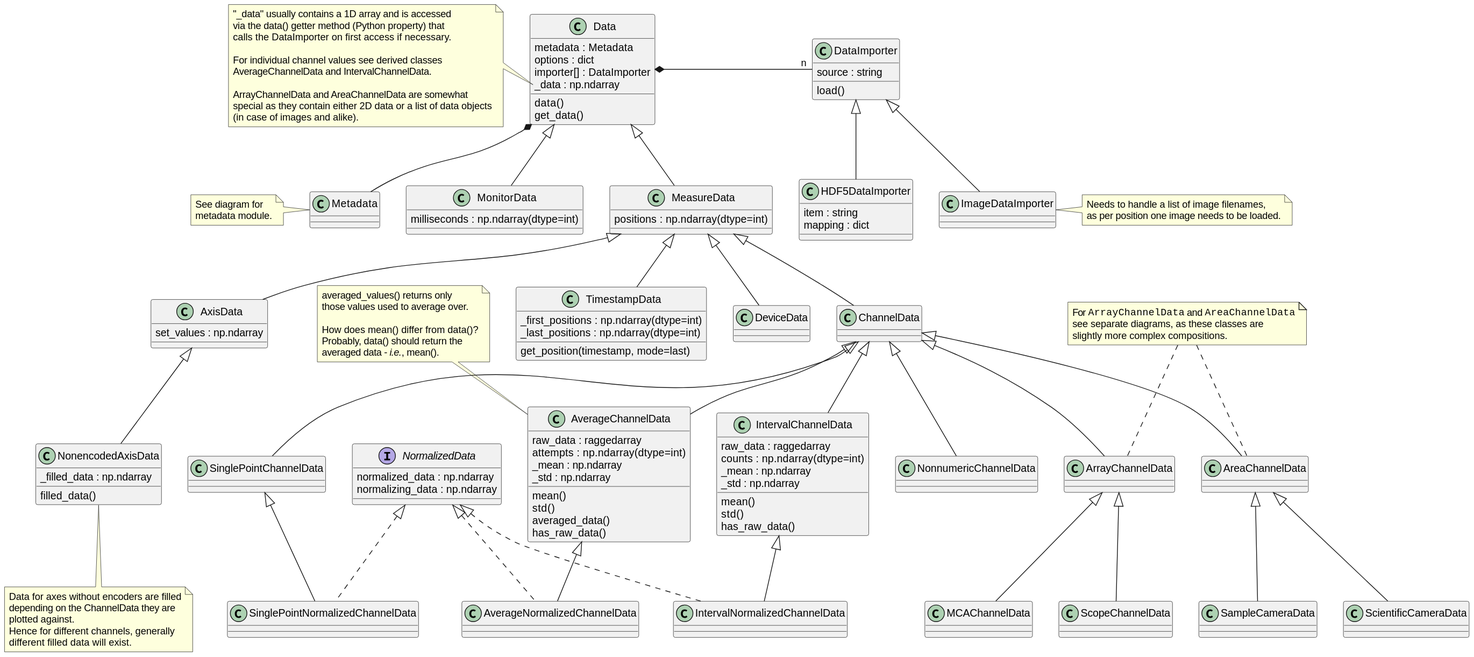
This is docs/uml/evedata.evefile.entities.data.svg from tillbiskup/evedata, a PlantUML export, as it was before one commit. Source of this version:
```plantuml
@startuml

class Data {
    metadata : Metadata
    options : dict
    importer[] : DataImporter
    _data : np.ndarray
    data()
    get_data()
}
note left of Data::_data
    "_data" usually contains a 1D array and is accessed
    via the data() getter method (Python property) that
    calls the DataImporter on first access if necessary.

    For individual channel values see derived classes
    AverageChannelData and IntervalChannelData.

    ArrayChannelData and AreaChannelData are somewhat
    special as they contain either 2D data or a list of data objects
    (in case of images and alike).
end note

class DataImporter {
    source : string
    load()
}

class HDF5DataImporter extends DataImporter {
    item : string
    mapping : dict
}

class ImageDataImporter extends DataImporter

note right of ImageDataImporter
    Needs to handle a list of image filenames,
    as per position one image needs to be loaded.
end note

HDF5DataImporter -[hidden]> ImageDataImporter

class Metadata {
}
note left: See diagram for\nmetadata module.

Data *- "n" DataImporter
Data *-- Metadata

class MeasureData extends Data {
    {field} positions : np.ndarray(dtype=int)
}

class MonitorData extends Data {
    {field} milliseconds : np.ndarray(dtype=int)
}

Metadata -[hidden]> MonitorData
MonitorData -[hidden]> MeasureData

class DeviceData extends MeasureData

class AxisData extends MeasureData {
    set_values : np.ndarray
}

class NonencodedAxisData extends AxisData {
    _filled_data : np.ndarray
    filled_data()
}
note bottom of NonencodedAxisData
    Data for axes without encoders are filled
    depending on the ChannelData they are
    plotted against.
    Hence for different channels, generally
    different filled data will exist.
endnote

class ChannelData extends MeasureData {
}

class TimestampData extends MeasureData {
    {field} _first_positions : np.ndarray(dtype=int)
    {field} _last_positions : np.ndarray(dtype=int)
    get_position(timestamp, mode=last)
}

class NonnumericChannelData extends ChannelData {}

NonnumericChannelData -[hidden]> SinglePointChannelData
SinglePointChannelData -[hidden]> AverageChannelData
AverageChannelData -[hidden]> IntervalChannelData
IntervalChannelData -[hidden]> ArrayChannelData
ArrayChannelData -[hidden]> AreaChannelData

class SinglePointChannelData extends ChannelData {}

interface NormalizedData {
    normalized_data : np.ndarray
    normalizing_data : np.ndarray
}

class SinglePointNormalizedChannelData extends SinglePointChannelData implements NormalizedData {
}

class AverageChannelData extends ChannelData {
    raw_data : raggedarray
    {field} attempts : np.ndarray(dtype=int)
    _mean : np.ndarray
    _std : np.ndarray
    mean()
    std()
    averaged_data()
    has_raw_data()
}
note top of AverageChannelData
    averaged_values() returns only
    those values used to average over.

    How does mean() differ from data()?
    Probably, data() should return the
    averaged data - <i>i.e.</i>, mean().
end note

class AverageNormalizedChannelData extends AverageChannelData implements NormalizedData {
}


class IntervalChannelData extends ChannelData {
    raw_data : raggedarray
    {field} counts : np.ndarray(dtype=int)
    _mean : np.ndarray
    _std : np.ndarray
    mean()
    std()
    has_raw_data()
}

class IntervalNormalizedChannelData extends IntervalChannelData implements NormalizedData {
}

class ArrayChannelData extends ChannelData {
}

class MCAChannelData extends ArrayChannelData

class ScopeChannelData extends ArrayChannelData

class AreaChannelData extends ChannelData {
}

class SampleCameraData extends AreaChannelData

class ScientificCameraData extends AreaChannelData

note as array_area_channels_note
    For ""ArrayChannelData"" and ""AreaChannelData""
    see separate diagrams, as these classes are
    slightly more complex compositions.
end note

AreaChannelData .up. array_area_channels_note
ArrayChannelData .up. array_area_channels_note
@enduml
```
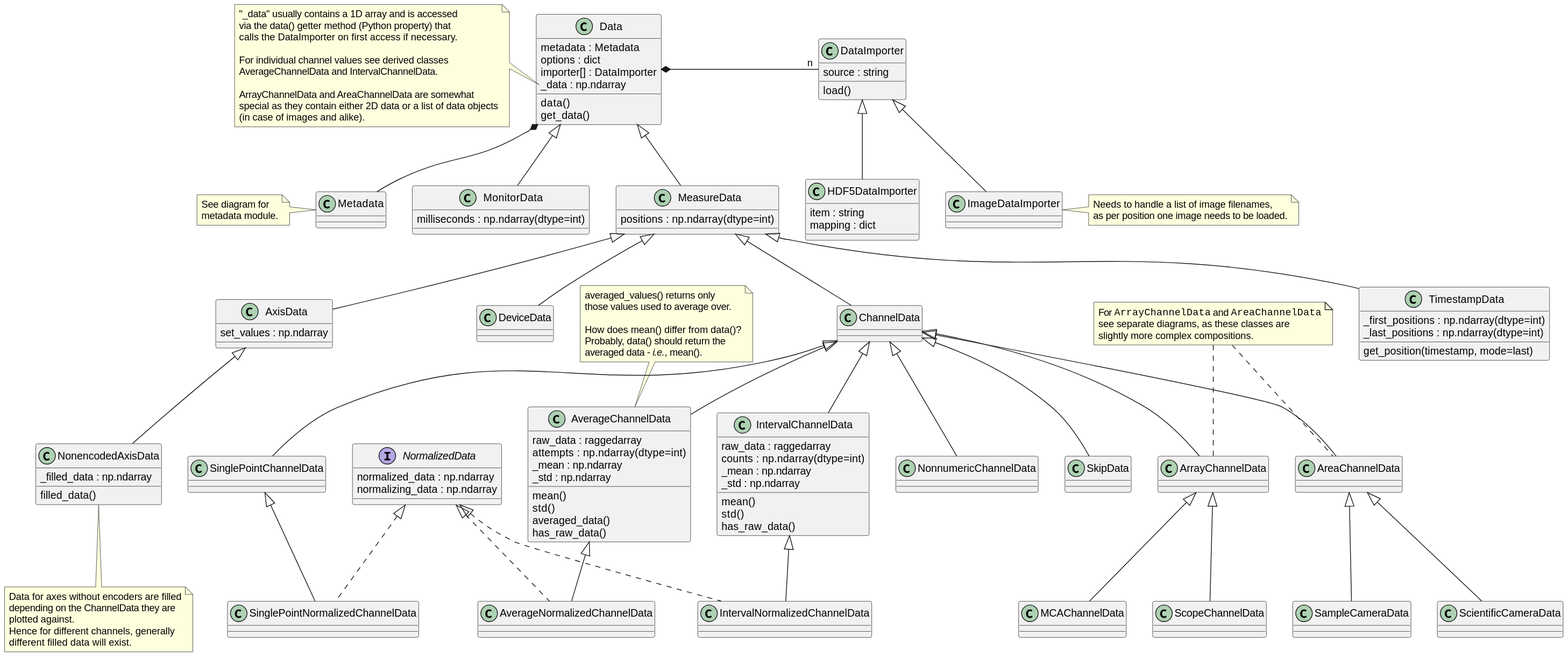
The same file after the commit.

What changed in the source:
```diff
@@ -93,6 +93,8 @@
 IntervalChannelData -[hidden]> ArrayChannelData
 ArrayChannelData -[hidden]> AreaChannelData
 
+class SkipData extends ChannelData {}
+
 class SinglePointChannelData extends ChannelData {}
 
 interface NormalizedData {
```
